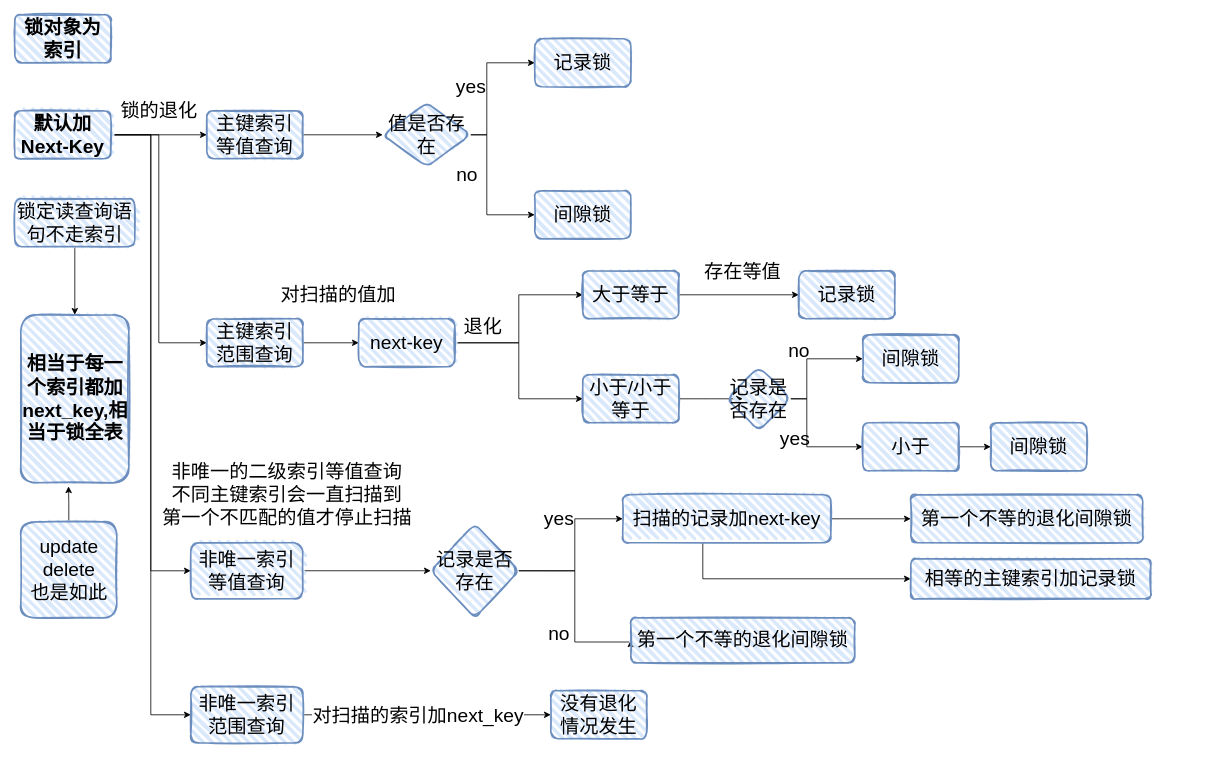
Before: MySQL/加锁的查询怎么加的行锁.drawio in liuyaokeji/drawing, a draw.io diagram. Source tidied: cells renumbered, new cells numbered last; positions are measured from the earlier drawing's top-left corner, leaving out a move shared by most shapes. Both pictures are drawn from the tidied source at 80%, with x=0, y=0 at pixel (14, 14).
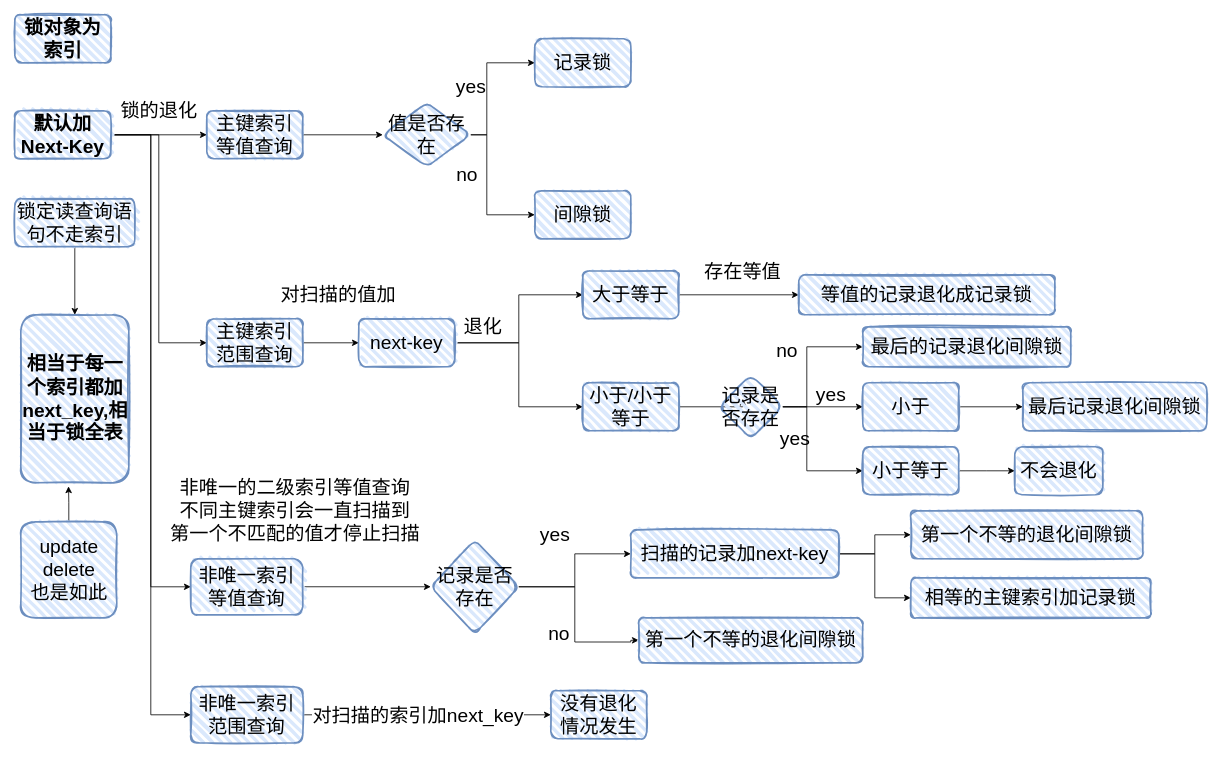
The same page after the edit.

Commit message:
更新加锁的查询怎么加的行锁.drawio

The change refers to these unchanged cells:
```xml
<mxCell id="22" value="next-key" style="whiteSpace=wrap;html=1;rounded=1;glass=0;sketch=1;fillWeight=4;hachureGap=8;hachureAngle=45;strokeColor=#6c8ebf;strokeWidth=2;fontFamily=Helvetica;fontSize=24;fontColor=default;fillColor=#dae8fc;" parent="1" vertex="1">
  <mxGeometry x="430" y="380" width="120" height="60" as="geometry" />
</mxCell>
```

Change to the diagram source:
```diff
@@
     <mxCell id="21" style="edgeStyle=orthogonalEdgeStyle;rounded=0;jettySize=auto;html=1;entryX=0;entryY=0.5;entryDx=0;entryDy=0;fontFamily=Helvetica;fontSize=24;fontColor=default;" parent="1" edge="1" source="22" target="28">
-      <mxGeometry relative="1" as="geometry" />
+      <mxGeometry relative="1" as="geometry">
+        <Array as="points">
+          <mxPoint x="630" y="410" />
+          <mxPoint x="630" y="490" />
+          <mxPoint x="710" y="490" />
+        </Array>
+      </mxGeometry>
     </mxCell>
@@
     <mxCell id="27" style="edgeStyle=orthogonalEdgeStyle;rounded=0;jettySize=auto;html=1;fontFamily=Helvetica;fontSize=24;fontColor=default;" parent="1" edge="1" source="28">
       <mxGeometry relative="1" as="geometry">
         <mxPoint x="910" y="480" as="targetPoint" />
+        <Array as="points">
+          <mxPoint x="910" y="490" />
+        </Array>
       </mxGeometry>
     </mxCell>
     <mxCell id="28" value="小于/小于等于" style="whiteSpace=wrap;html=1;rounded=1;glass=0;sketch=1;fillWeight=4;hachureGap=8;hachureAngle=45;strokeColor=#6c8ebf;strokeWidth=2;fontFamily=Helvetica;fontSize=24;fontColor=default;fillColor=#dae8fc;" parent="1" vertex="1">
-      <mxGeometry x="710" y="450" width="120" height="60" as="geometry" />
+      <mxGeometry x="710" y="460" width="120" height="60" as="geometry" />
     </mxCell>
-    <mxCell id="29" value="记录锁" style="whiteSpace=wrap;html=1;rounded=1;glass=0;sketch=1;fillWeight=4;hachureGap=8;hachureAngle=45;strokeColor=#6c8ebf;strokeWidth=2;fontFamily=Helvetica;fontSize=24;fontColor=default;fillColor=#dae8fc;" parent="1" vertex="1">
-      <mxGeometry x="980" y="320" width="120" height="60" as="geometry" />
+    <mxCell id="29" value="等值的记录退化成记录锁" style="whiteSpace=wrap;html=1;rounded=1;glass=0;sketch=1;fillWeight=4;hachureGap=8;hachureAngle=45;strokeColor=#6c8ebf;strokeWidth=2;fontFamily=Helvetica;fontSize=24;fontColor=default;fillColor=#dae8fc;" parent="1" vertex="1">
+      <mxGeometry x="980" y="325" width="320" height="50" as="geometry" />
     </mxCell>
@@
+    <mxCell id="63" style="edgeStyle=orthogonalEdgeStyle;rounded=0;jettySize=auto;html=1;entryX=0;entryY=0.5;entryDx=0;entryDy=0;" parent="1" edge="1" source="33" target="66">
+      <mxGeometry relative="1" as="geometry">
+        <Array as="points">
+          <mxPoint x="990" y="490" />
+          <mxPoint x="990" y="570" />
+        </Array>
+      </mxGeometry>
+    </mxCell>
+    <mxCell id="32" style="edgeStyle=orthogonalEdgeStyle;rounded=0;jettySize=auto;html=1;entryX=0;entryY=0.5;entryDx=0;entryDy=0;" parent="1" edge="1" source="33" target="37">
+      <mxGeometry relative="1" as="geometry">
+        <Array as="points">
+          <mxPoint x="980" y="490" />
+          <mxPoint x="980" y="490" />
+        </Array>
+      </mxGeometry>
+    </mxCell>
-    <mxCell id="31" style="edgeStyle=orthogonalEdgeStyle;rounded=0;jettySize=auto;html=1;exitX=1;exitY=0.5;exitDx=0;exitDy=0;entryX=0;entryY=0.5;entryDx=0;entryDy=0;fontFamily=Helvetica;fontSize=24;fontColor=default;" parent="1" edge="1" source="33" target="34">
+    <mxCell id="31" style="edgeStyle=orthogonalEdgeStyle;rounded=0;jettySize=auto;html=1;entryX=0;entryY=0.5;entryDx=0;entryDy=0;" parent="1" edge="1" source="33" target="34">
       <mxGeometry relative="1" as="geometry">
         <Array as="points">
-          <mxPoint x="990" y="480" />
-          <mxPoint x="990" y="430" />
+          <mxPoint x="990" y="490" />
+          <mxPoint x="990" y="415" />
         </Array>
       </mxGeometry>
     </mxCell>
-    <mxCell id="32" style="edgeStyle=orthogonalEdgeStyle;rounded=0;jettySize=auto;html=1;entryX=0;entryY=0.5;entryDx=0;entryDy=0;fontFamily=Helvetica;fontSize=24;fontColor=default;" parent="1" edge="1" source="33" target="37">
-      <mxGeometry relative="1" as="geometry">
-        <Array as="points">
-          <mxPoint x="990" y="480" />
-          <mxPoint x="990" y="540" />
-        </Array>
-      </mxGeometry>
-    </mxCell>
     <mxCell id="33" value="记录是否存在" style="rhombus;whiteSpace=wrap;html=1;rounded=1;glass=0;sketch=1;fillWeight=4;hachureGap=8;hachureAngle=45;strokeColor=#6c8ebf;strokeWidth=2;fontFamily=Helvetica;fontSize=24;fontColor=default;fillColor=#dae8fc;" parent="1" vertex="1">
-      <mxGeometry x="890" y="440" width="80" height="80" as="geometry" />
+      <mxGeometry x="880" y="450" width="80" height="80" as="geometry" />
     </mxCell>
-    <mxCell id="34" value="间隙锁" style="whiteSpace=wrap;html=1;rounded=1;glass=0;sketch=1;fillWeight=4;hachureGap=8;hachureAngle=45;strokeColor=#6c8ebf;strokeWidth=2;fontFamily=Helvetica;fontSize=24;fontColor=default;fillColor=#dae8fc;" parent="1" vertex="1">
-      <mxGeometry x="1060" y="400" width="120" height="60" as="geometry" />
+    <mxCell id="34" value="最后的记录退化间隙锁" style="whiteSpace=wrap;html=1;rounded=1;glass=0;sketch=1;fillWeight=4;hachureGap=8;hachureAngle=45;strokeColor=#6c8ebf;strokeWidth=2;fontFamily=Helvetica;fontSize=24;fontColor=default;fillColor=#dae8fc;" parent="1" vertex="1">
+      <mxGeometry x="1060" y="390" width="260" height="50" as="geometry" />
     </mxCell>
     <mxCell id="35" value="no" style="text;html=1;align=center;verticalAlign=middle;strokeColor=none;fillColor=none;fontSize=24;fontFamily=Helvetica;fontColor=default;" parent="1" vertex="1">
-      <mxGeometry x="955" y="400" width="50" height="40" as="geometry" />
+      <mxGeometry x="940" y="400" width="50" height="40" as="geometry" />
     </mxCell>
-    <mxCell id="36" style="edgeStyle=orthogonalEdgeStyle;rounded=0;jettySize=auto;html=1;fontFamily=Helvetica;fontSize=24;fontColor=default;" parent="1" edge="1" source="37">
-      <mxGeometry relative="1" as="geometry">
-        <mxPoint x="1220" y="540" as="targetPoint" />
-      </mxGeometry>
-    </mxCell>
+    <mxCell id="64" style="edgeStyle=orthogonalEdgeStyle;rounded=0;jettySize=auto;html=1;entryX=0;entryY=0.5;entryDx=0;entryDy=0;" parent="1" edge="1" source="37" target="39">
+      <mxGeometry relative="1" as="geometry" />
+    </mxCell>
     <mxCell id="37" value="小于" style="whiteSpace=wrap;html=1;rounded=1;glass=0;sketch=1;fillWeight=4;hachureGap=8;hachureAngle=45;strokeColor=#6c8ebf;strokeWidth=2;fontFamily=Helvetica;fontSize=24;fontColor=default;fillColor=#dae8fc;" parent="1" vertex="1">
-      <mxGeometry x="1060" y="510" width="120" height="60" as="geometry" />
+      <mxGeometry x="1060" y="460" width="120" height="60" as="geometry" />
     </mxCell>
@@
-    <mxCell id="39" value="间隙锁" style="whiteSpace=wrap;html=1;rounded=1;glass=0;sketch=1;fillWeight=4;hachureGap=8;hachureAngle=45;strokeColor=#6c8ebf;strokeWidth=2;fontFamily=Helvetica;fontSize=24;fontColor=default;fillColor=#dae8fc;" parent="1" vertex="1">
-      <mxGeometry x="1220" y="510" width="120" height="60" as="geometry" />
+    <mxCell id="39" value="最后记录退化间隙锁" style="whiteSpace=wrap;html=1;rounded=1;glass=0;sketch=1;fillWeight=4;hachureGap=8;hachureAngle=45;strokeColor=#6c8ebf;strokeWidth=2;fontFamily=Helvetica;fontSize=24;fontColor=default;fillColor=#dae8fc;" parent="1" vertex="1">
+      <mxGeometry x="1260" y="460" width="230" height="60" as="geometry" />
     </mxCell>
@@
     <mxCell id="41" value="非唯一索引等值查询" style="whiteSpace=wrap;html=1;rounded=1;glass=0;sketch=1;fillWeight=4;hachureGap=8;hachureAngle=45;strokeColor=#6c8ebf;strokeWidth=2;fontFamily=Helvetica;fontSize=24;fontColor=default;fillColor=#dae8fc;" parent="1" vertex="1">
-      <mxGeometry x="220" y="660" width="140" height="70" as="geometry" />
+      <mxGeometry x="220" y="680" width="140" height="70" as="geometry" />
     </mxCell>
@@
+    <mxCell id="46" style="edgeStyle=orthogonalEdgeStyle;rounded=0;jettySize=auto;html=1;exitX=1;exitY=0.5;exitDx=0;exitDy=0;entryX=0;entryY=0.5;entryDx=0;entryDy=0;fontFamily=Helvetica;fontSize=24;fontColor=default;" parent="1" edge="1" source="47" target="52">
+      <mxGeometry relative="1" as="geometry">
+        <Array as="points">
+          <mxPoint x="700" y="715" />
+          <mxPoint x="700" y="784" />
+          <mxPoint x="770" y="784" />
+          <mxPoint x="770" y="782" />
+        </Array>
+      </mxGeometry>
+    </mxCell>
-    <mxCell id="45" style="edgeStyle=orthogonalEdgeStyle;rounded=0;jettySize=auto;html=1;fontFamily=Helvetica;fontSize=24;fontColor=default;" parent="1" edge="1" source="47" target="50">
-      <mxGeometry relative="1" as="geometry">
-        <Array as="points">
-          <mxPoint x="700" y="695" />
-          <mxPoint x="700" y="630" />
-        </Array>
-      </mxGeometry>
+    <mxCell id="45" style="edgeStyle=orthogonalEdgeStyle;rounded=0;jettySize=auto;html=1;entryX=0;entryY=0.5;entryDx=0;entryDy=0;" parent="1" edge="1" source="47" target="50">
+      <mxGeometry relative="1" as="geometry" />
     </mxCell>
-    <mxCell id="46" style="edgeStyle=orthogonalEdgeStyle;rounded=0;jettySize=auto;html=1;exitX=1;exitY=0.5;exitDx=0;exitDy=0;entryX=0;entryY=0.5;entryDx=0;entryDy=0;fontFamily=Helvetica;fontSize=24;fontColor=default;" parent="1" edge="1" source="47" target="52">
-      <mxGeometry relative="1" as="geometry">
-        <Array as="points">
-          <mxPoint x="700" y="695" />
-          <mxPoint x="700" y="784" />
-        </Array>
-      </mxGeometry>
-    </mxCell>
     <mxCell id="47" value="记录是否存在" style="rhombus;whiteSpace=wrap;html=1;rounded=1;glass=0;sketch=1;fillWeight=4;hachureGap=8;hachureAngle=45;strokeColor=#6c8ebf;strokeWidth=2;fontFamily=Helvetica;fontSize=24;fontColor=default;fillColor=#dae8fc;" parent="1" vertex="1">
-      <mxGeometry x="520" y="636.2" width="110" height="117.5" as="geometry" />
+      <mxGeometry x="520" y="656.2" width="110" height="117.5" as="geometry" />
     </mxCell>
@@
-    <mxCell id="49" style="edgeStyle=orthogonalEdgeStyle;rounded=0;jettySize=auto;html=1;entryX=0;entryY=0.5;entryDx=0;entryDy=0;fontFamily=Helvetica;fontSize=24;fontColor=default;" parent="1" edge="1" source="50" target="56">
-      <mxGeometry relative="1" as="geometry">
-        <Array as="points">
-          <mxPoint x="860" y="705" />
-        </Array>
-      </mxGeometry>
+    <mxCell id="49" style="edgeStyle=orthogonalEdgeStyle;rounded=0;jettySize=auto;html=1;entryX=0;entryY=0.5;entryDx=0;entryDy=0;" parent="1" edge="1" source="50" target="56">
+      <mxGeometry relative="1" as="geometry" />
     </mxCell>
     <mxCell id="50" value="扫描的记录加next-key" style="whiteSpace=wrap;html=1;rounded=1;glass=0;sketch=1;fillWeight=4;hachureGap=8;hachureAngle=45;strokeColor=#6c8ebf;strokeWidth=2;fontFamily=Helvetica;fontSize=24;fontColor=default;fillColor=#dae8fc;" parent="1" vertex="1">
-      <mxGeometry x="760" y="600" width="260" height="60" as="geometry" />
+      <mxGeometry x="770" y="643.8" width="260" height="60" as="geometry" />
     </mxCell>
     <mxCell id="51" value="yes" style="text;html=1;align=center;verticalAlign=middle;strokeColor=none;fillColor=none;fontSize=24;fontFamily=Helvetica;fontColor=default;" parent="1" vertex="1">
-      <mxGeometry x="650" y="610" width="60" height="40" as="geometry" />
+      <mxGeometry x="645" y="630" width="60" height="40" as="geometry" />
     </mxCell>
     <mxCell id="52" value="第一个不等的退化间隙锁" style="whiteSpace=wrap;html=1;rounded=1;glass=0;sketch=1;fillWeight=4;hachureGap=8;hachureAngle=45;strokeColor=#6c8ebf;strokeWidth=2;fontFamily=Helvetica;fontSize=24;fontColor=default;fillColor=#dae8fc;" parent="1" vertex="1">
-      <mxGeometry x="770" y="753.8" width="280" height="56.2" as="geometry" />
+      <mxGeometry x="780" y="753.8" width="280" height="56.2" as="geometry" />
     </mxCell>
@@
     <mxCell id="54" value="&lt;div&gt;非唯一的二级索引等值查询&lt;/div&gt;&lt;div&gt;不同主键索引会一直扫描到&lt;/div&gt;&lt;div&gt;第一个不匹配的值才停止扫描&lt;/div&gt;" style="text;html=1;align=center;verticalAlign=middle;strokeColor=none;fillColor=none;fontSize=24;fontFamily=Helvetica;fontColor=default;" parent="1" vertex="1">
-      <mxGeometry x="170" y="550" width="340" height="100" as="geometry" />
+      <mxGeometry x="180" y="570" width="340" height="100" as="geometry" />
     </mxCell>
     <mxCell id="55" value="第一个不等的退化间隙锁" style="whiteSpace=wrap;html=1;fontSize=24;fillColor=#dae8fc;strokeColor=#6c8ebf;rounded=1;glass=0;sketch=1;fillWeight=4;hachureGap=8;hachureAngle=45;strokeWidth=2;" parent="1" vertex="1">
-      <mxGeometry x="1120" y="600" width="290" height="60" as="geometry" />
+      <mxGeometry x="1120" y="620" width="290" height="60" as="geometry" />
     </mxCell>
     <mxCell id="56" value="&lt;div&gt;相等的主键索引加记录锁&lt;/div&gt;" style="whiteSpace=wrap;html=1;rounded=1;glass=0;sketch=1;fillWeight=4;hachureGap=8;hachureAngle=45;strokeColor=#6c8ebf;strokeWidth=2;fontFamily=Helvetica;fontSize=24;fontColor=default;fillColor=#dae8fc;" parent="1" vertex="1">
-      <mxGeometry x="1120" y="680" width="300" height="50" as="geometry" />
+      <mxGeometry x="1120" y="703.8" width="300" height="50" as="geometry" />
     </mxCell>
@@
+    <mxCell id="65" style="edgeStyle=orthogonalEdgeStyle;rounded=0;jettySize=auto;html=1;" parent="1" edge="1" source="66">
+      <mxGeometry relative="1" as="geometry">
+        <mxPoint x="1250" y="570" as="targetPoint" />
+      </mxGeometry>
+    </mxCell>
+    <mxCell id="66" value="小于等于" style="whiteSpace=wrap;html=1;rounded=1;glass=0;sketch=1;fillWeight=4;hachureGap=8;hachureAngle=45;strokeColor=#6c8ebf;strokeWidth=2;fontFamily=Helvetica;fontSize=24;fontColor=default;fillColor=#dae8fc;" parent="1" vertex="1">
+      <mxGeometry x="1060" y="540" width="120" height="60" as="geometry" />
+    </mxCell>
+    <mxCell id="67" value="&lt;font style=&quot;font-size: 24px;&quot;&gt;yes&lt;/font&gt;" style="text;html=1;align=center;verticalAlign=middle;strokeColor=none;fillColor=none;" parent="1" vertex="1">
+      <mxGeometry x="990" y="455" width="60" height="40" as="geometry" />
+    </mxCell>
+    <mxCell id="68" value="不会退化" style="whiteSpace=wrap;html=1;rounded=1;glass=0;sketch=1;fillWeight=4;hachureGap=8;hachureAngle=45;strokeColor=#6c8ebf;strokeWidth=2;fontFamily=Helvetica;fontSize=24;fontColor=default;fillColor=#dae8fc;" parent="1" vertex="1">
+      <mxGeometry x="1250" y="540" width="110" height="60" as="geometry" />
+    </mxCell>
```
